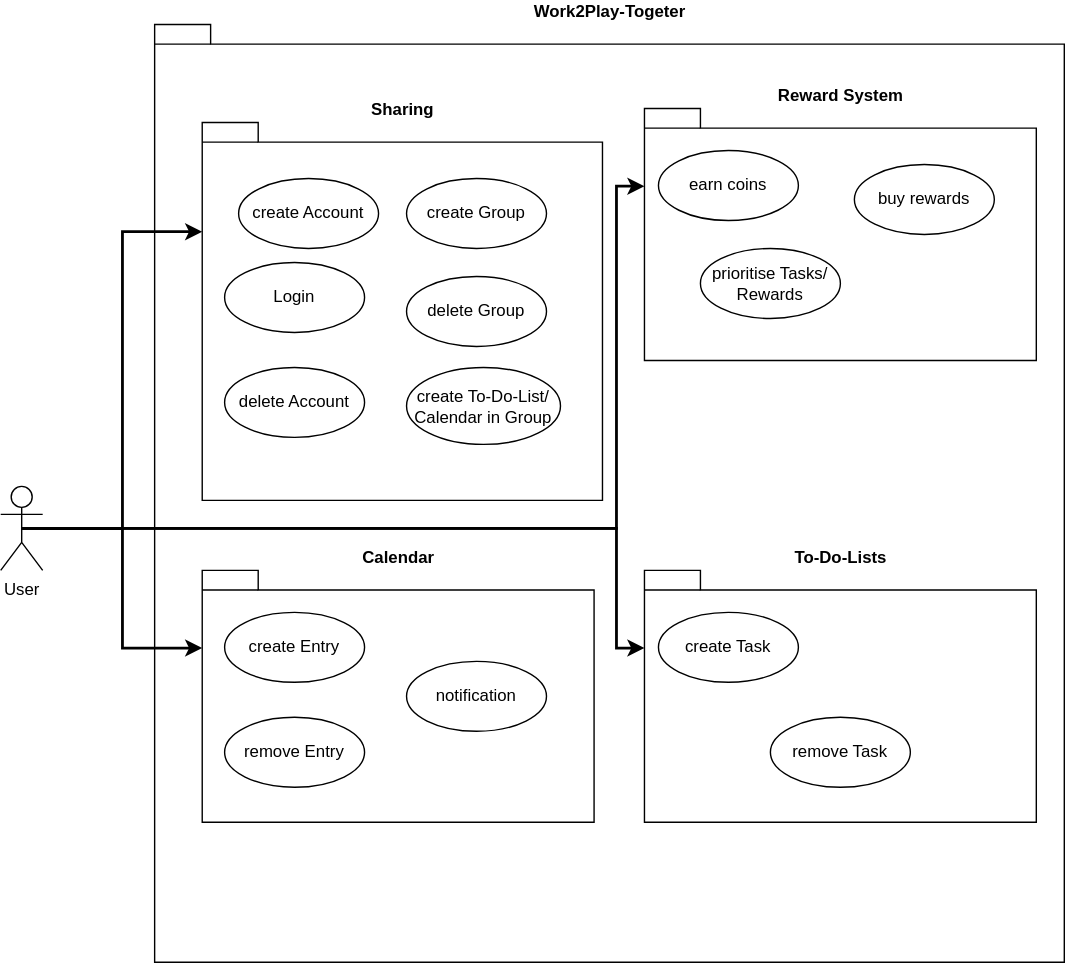
Above: Work2Play-UsecaseDiagram.svg in david2628/Work2Play (draw.io), before the change. Source tidied: cells renumbered, new cells last; positions are measured from the earlier drawing's top-left corner, leaving out a move shared by most shapes.
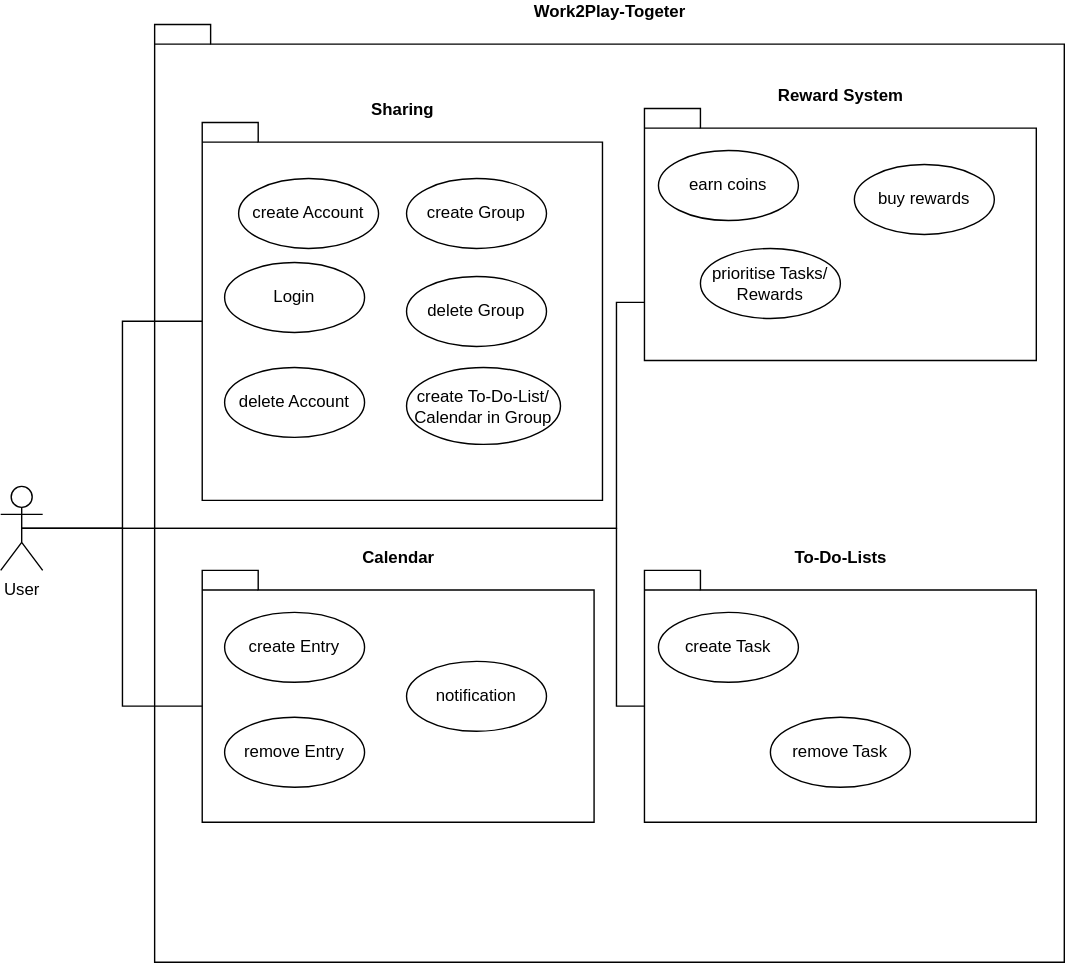
After the commit.

Change to the diagram source:
```diff
@@ -11,6 +11,9 @@
     <mxCell id="4" value="Work2Play-Togeter" style="shape=folder;fontStyle=1;spacingTop=10;tabWidth=40;tabHeight=14;tabPosition=left;html=1;labelPosition=center;verticalLabelPosition=top;align=center;verticalAlign=bottom;" parent="1" vertex="1">
       <mxGeometry x="110" width="650" height="670" as="geometry" />
     </mxCell>
+    <mxCell id="27" style="edgeStyle=orthogonalEdgeStyle;rounded=0;jettySize=auto;html=1;exitX=0;exitY=0;exitDx=0;exitDy=142;exitPerimeter=0;entryX=0.5;entryY=0.5;entryDx=0;entryDy=0;entryPerimeter=0;endArrow=none;endFill=0;" parent="1" edge="1" source="5" target="3">
+      <mxGeometry relative="1" as="geometry" />
+    </mxCell>
     <mxCell id="5" value="Sharing" style="shape=folder;fontStyle=1;spacingTop=10;tabWidth=40;tabHeight=14;tabPosition=left;html=1;labelPosition=center;verticalLabelPosition=top;align=center;verticalAlign=bottom;" parent="1" vertex="1">
       <mxGeometry x="144" y="70" width="286" height="270" as="geometry" />
     </mxCell>
@@ -65,27 +68,24 @@
     <mxCell id="22" value="notification" style="ellipse;whiteSpace=wrap;html=1;" parent="1" vertex="1">
       <mxGeometry x="290" y="455" width="100" height="50" as="geometry" />
     </mxCell>
-    <mxCell id="23" style="edgeStyle=orthogonalEdgeStyle;jettySize=auto;html=1;entryX=0;entryY=0;entryDx=0;entryDy=55.5;entryPerimeter=0;rounded=0;strokeWidth=2;" parent="1" edge="1" source="3" target="6">
+    <mxCell id="23" style="edgeStyle=orthogonalEdgeStyle;rounded=0;jettySize=auto;html=1;exitX=0.5;exitY=0.5;exitDx=0;exitDy=0;exitPerimeter=0;entryX=0;entryY=0;entryDx=0;entryDy=97;entryPerimeter=0;endArrow=none;endFill=0;" parent="1" edge="1" source="3" target="6">
       <mxGeometry relative="1" as="geometry" />
     </mxCell>
+    <mxCell id="25" style="edgeStyle=orthogonalEdgeStyle;rounded=0;jettySize=auto;html=1;exitX=0.5;exitY=0.5;exitDx=0;exitDy=0;exitPerimeter=0;entryX=0;entryY=0;entryDx=0;entryDy=138.5;entryPerimeter=0;endArrow=none;endFill=0;" parent="1" edge="1" source="3" target="8">
+      <mxGeometry relative="1" as="geometry">
+        <Array as="points">
+          <mxPoint x="440" y="360" />
+          <mxPoint x="440" y="199" />
+        </Array>
+      </mxGeometry>
+    </mxCell>
-    <mxCell id="24" style="edgeStyle=orthogonalEdgeStyle;rounded=0;jettySize=auto;html=1;exitX=0.5;exitY=0.5;exitDx=0;exitDy=0;exitPerimeter=0;entryX=0;entryY=0;entryDx=0;entryDy=55.5;entryPerimeter=0;verticalAlign=middle;strokeWidth=2;" parent="1" edge="1" source="3" target="7">
+    <mxCell id="24" style="edgeStyle=orthogonalEdgeStyle;rounded=0;jettySize=auto;html=1;exitX=0.5;exitY=0.5;exitDx=0;exitDy=0;exitPerimeter=0;entryX=0;entryY=0;entryDx=0;entryDy=97;entryPerimeter=0;endArrow=none;endFill=0;" parent="1" edge="1" source="3" target="7">
       <mxGeometry relative="1" as="geometry">
         <Array as="points">
           <mxPoint x="440" y="360" />
-          <mxPoint x="440" y="446" />
+          <mxPoint x="440" y="487" />
         </Array>
       </mxGeometry>
     </mxCell>
-    <mxCell id="25" style="edgeStyle=orthogonalEdgeStyle;rounded=0;jettySize=auto;html=1;exitX=0.5;exitY=0.5;exitDx=0;exitDy=0;exitPerimeter=0;entryX=0;entryY=0;entryDx=0;entryDy=55.5;entryPerimeter=0;strokeWidth=2;" parent="1" edge="1" source="3" target="8">
-      <mxGeometry relative="1" as="geometry">
-        <Array as="points">
-          <mxPoint x="440" y="360" />
-          <mxPoint x="440" y="116" />
-        </Array>
-      </mxGeometry>
-    </mxCell>
-    <mxCell id="26" style="edgeStyle=orthogonalEdgeStyle;rounded=0;jettySize=auto;html=1;exitX=0.5;exitY=0.5;exitDx=0;exitDy=0;exitPerimeter=0;entryX=0;entryY=0;entryDx=0;entryDy=78;entryPerimeter=0;strokeWidth=2;" parent="1" edge="1" source="3" target="5">
-      <mxGeometry relative="1" as="geometry" />
-    </mxCell>
   </root>
 </mxGraphModel>
```
